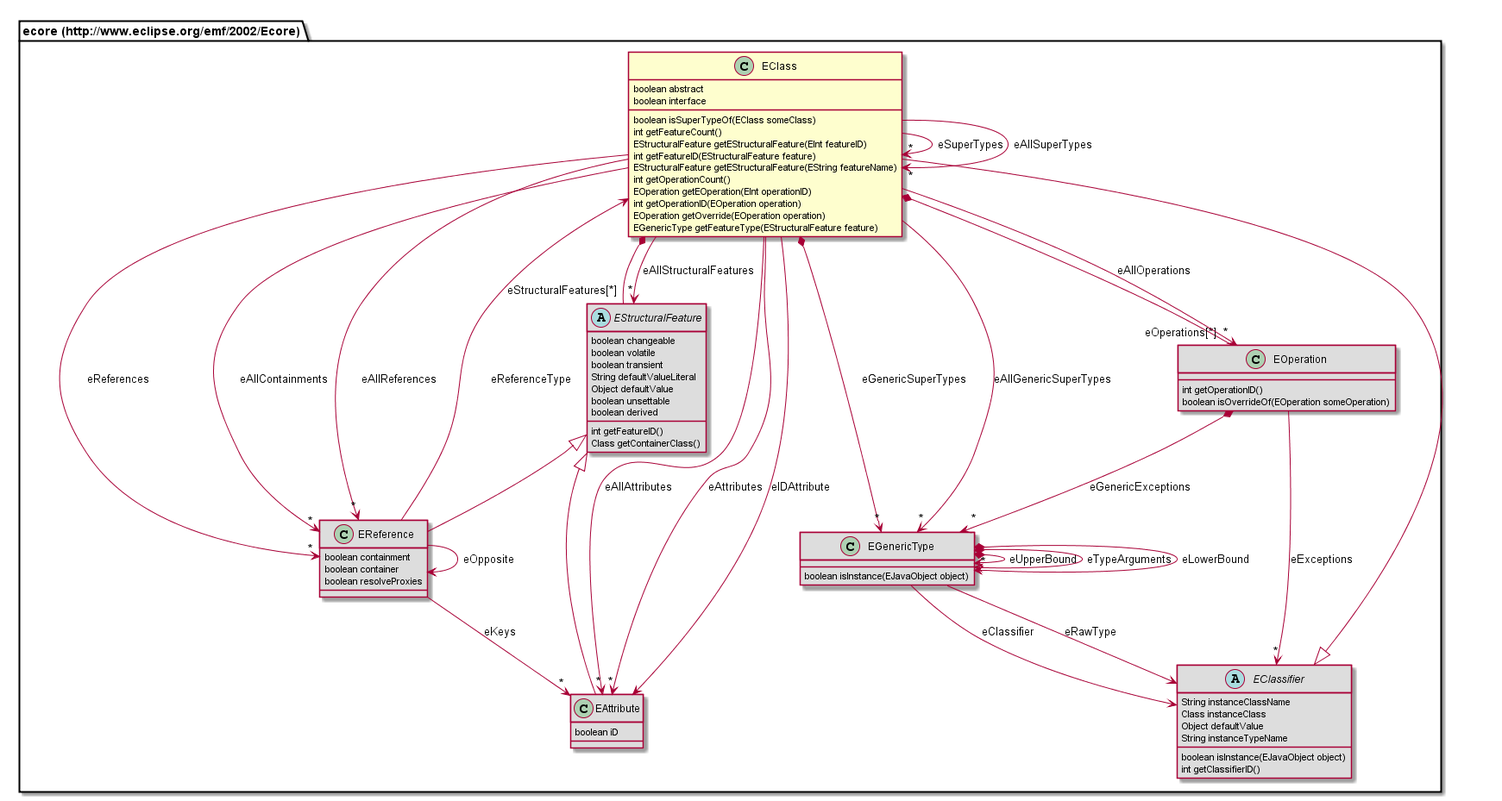
Earlier version of the PlantUML export org.nasdanika.codegen.editor/doc/model/687474703a2f2f7777772e65636c697073652e6f72672f656d662f323030322f45636f7265/EClass.png (Nasdanika/codegen).
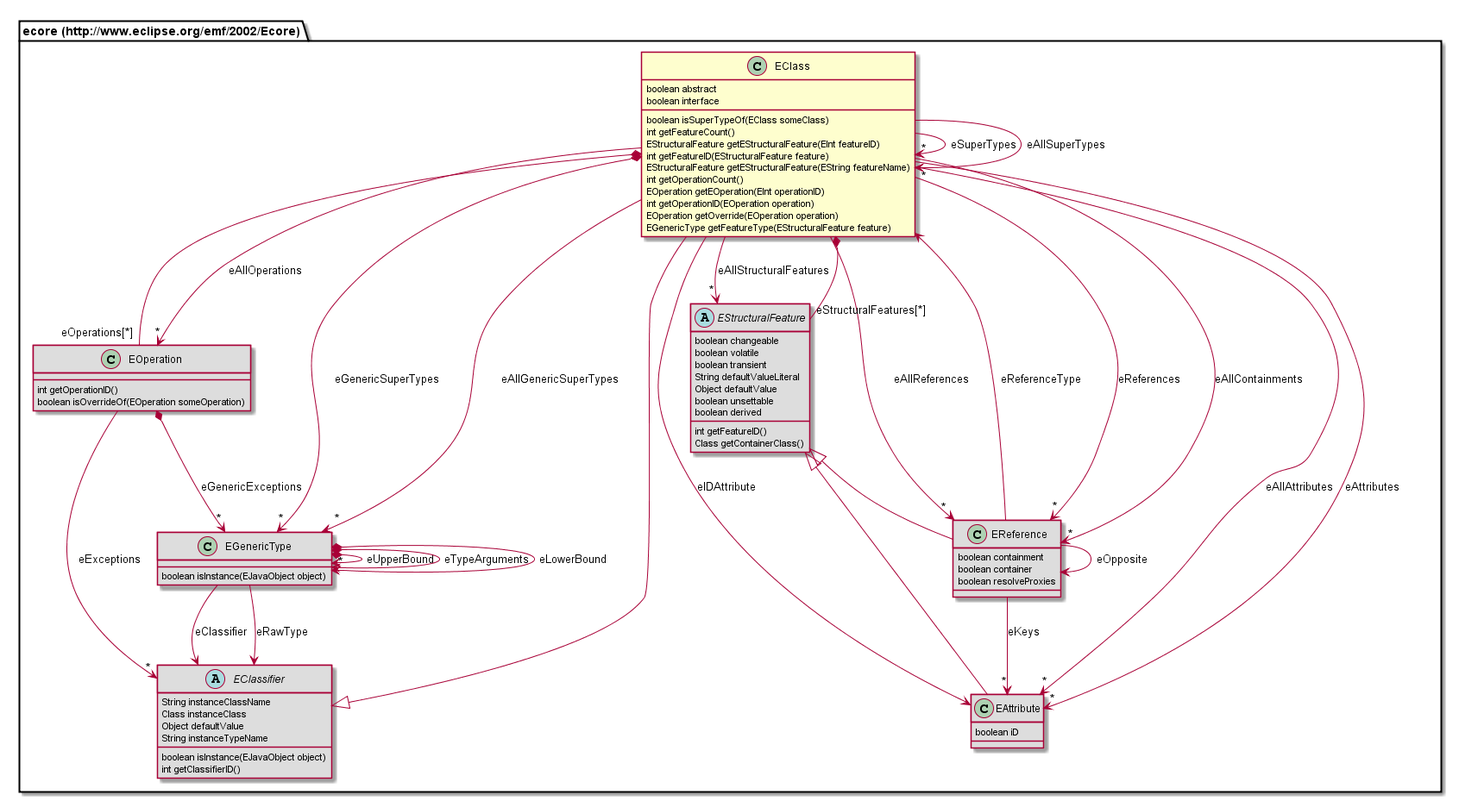
Above is the later version.

The edit, as a diff of the source:
```diff
@@ -13,29 +13,6 @@
 	EOperation getOverride(EOperation operation)
 	EGenericType getFeatureType(EStructuralFeature feature)
 }
-class "ecore (http://www.eclipse.org/emf/2002/Ecore).EOperation" #DDDDDD {
-	int getOperationID()
-	boolean isOverrideOf(EOperation someOperation)
-}
-abstract class "ecore (http://www.eclipse.org/emf/2002/Ecore).EClassifier" #DDDDDD {
-	String instanceClassName
-	Class instanceClass
-	Object defaultValue
-	String instanceTypeName
-	boolean isInstance(EJavaObject object)
-	int getClassifierID()
-}
-class "ecore (http://www.eclipse.org/emf/2002/Ecore).EAttribute" #DDDDDD {
-	boolean iD
-}
-class "ecore (http://www.eclipse.org/emf/2002/Ecore).EReference" #DDDDDD {
-	boolean containment
-	boolean container
-	boolean resolveProxies
-}
-class "ecore (http://www.eclipse.org/emf/2002/Ecore).EGenericType" #DDDDDD {
-	boolean isInstance(EJavaObject object)
-}
 abstract class "ecore (http://www.eclipse.org/emf/2002/Ecore).EStructuralFeature" #DDDDDD {
 	boolean changeable
 	boolean volatile
@@ -47,9 +24,32 @@
 	int getFeatureID()
 	Class getContainerClass()
 }
+abstract class "ecore (http://www.eclipse.org/emf/2002/Ecore).EClassifier" #DDDDDD {
+	String instanceClassName
+	Class instanceClass
+	Object defaultValue
+	String instanceTypeName
+	boolean isInstance(EJavaObject object)
+	int getClassifierID()
+}
+class "ecore (http://www.eclipse.org/emf/2002/Ecore).EOperation" #DDDDDD {
+	int getOperationID()
+	boolean isOverrideOf(EOperation someOperation)
+}
+class "ecore (http://www.eclipse.org/emf/2002/Ecore).EReference" #DDDDDD {
+	boolean containment
+	boolean container
+	boolean resolveProxies
+}
+class "ecore (http://www.eclipse.org/emf/2002/Ecore).EGenericType" #DDDDDD {
+	boolean isInstance(EJavaObject object)
+}
+class "ecore (http://www.eclipse.org/emf/2002/Ecore).EAttribute" #DDDDDD {
+	boolean iD
+}
 "ecore (http://www.eclipse.org/emf/2002/Ecore).EClassifier" <|-- "ecore (http://www.eclipse.org/emf/2002/Ecore).EClass"
+"ecore (http://www.eclipse.org/emf/2002/Ecore).EStructuralFeature" <|-- "ecore (http://www.eclipse.org/emf/2002/Ecore).EReference"
 "ecore (http://www.eclipse.org/emf/2002/Ecore).EStructuralFeature" <|-- "ecore (http://www.eclipse.org/emf/2002/Ecore).EAttribute"
-"ecore (http://www.eclipse.org/emf/2002/Ecore).EStructuralFeature" <|-- "ecore (http://www.eclipse.org/emf/2002/Ecore).EReference"
 "ecore (http://www.eclipse.org/emf/2002/Ecore).EClass" --> "*" "ecore (http://www.eclipse.org/emf/2002/Ecore).EClass" : eSuperTypes
 "ecore (http://www.eclipse.org/emf/2002/Ecore).EClass" *-- "eOperations[*]" "ecore (http://www.eclipse.org/emf/2002/Ecore).EOperation"
 "ecore (http://www.eclipse.org/emf/2002/Ecore).EClass" --> "*" "ecore (http://www.eclipse.org/emf/2002/Ecore).EAttribute" : eAllAttributes
```
